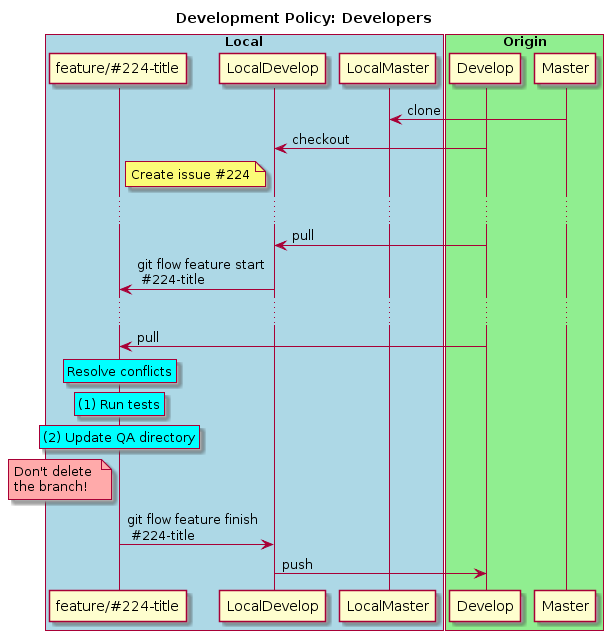
Above: images/develpolicy-dev.png in isa-group/aml (PlantUML), before the change. Source of this version:
```plantuml
@startuml
title Development Policy: Developers

box "Local" #LightBlue
    participant "feature/#224-title"
    participant "LocalDevelop"
    participant "LocalMaster"
end box

box "Origin" #LightGreen
    participant "Develop"
    participant "Master"
end box

Master -> LocalMaster: clone
Develop -> LocalDevelop: checkout

note left of LocalDevelop: Create issue #224
...
Develop -> LocalDevelop: pull

LocalDevelop -> "feature/#224-title": git flow feature start\n #224-title
...

Develop -> "feature/#224-title": pull

rnote over "feature/#224-title" #aqua
    Resolve conflicts
end rnote

rnote over "feature/#224-title" #aqua: (1) Run tests
rnote over "feature/#224-title" #aqua: (2) Update QA directory

note left of "feature/#224-title" #FFAAAA
    Don't delete
    the branch!
end note

"feature/#224-title" -> LocalDevelop: git flow feature finish\n #224-title

LocalDevelop -> Develop: push
@enduml
```
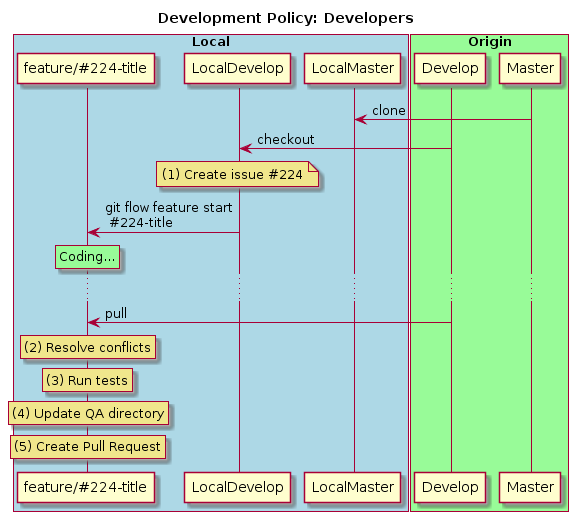
Above is the later version.

What changed in the source:
```diff
@@ -7,7 +7,7 @@
     participant "LocalMaster"
 end box
 
-box "Origin" #LightGreen
+box "Origin" #98FB98
     participant "Develop"
     participant "Master"
 end box
@@ -15,28 +15,16 @@
 Master -> LocalMaster: clone
 Develop -> LocalDevelop: checkout
 
-note left of LocalDevelop: Create issue #224
-...
-Develop -> LocalDevelop: pull
+note over LocalDevelop #F0E68C: (1) Create issue #224
 
 LocalDevelop -> "feature/#224-title": git flow feature start\n #224-title
+rnote over "feature/#224-title" #98FB98: Coding...
 ...
 
 Develop -> "feature/#224-title": pull
 
-rnote over "feature/#224-title" #aqua
-    Resolve conflicts
-end rnote
-
-rnote over "feature/#224-title" #aqua: (1) Run tests
-rnote over "feature/#224-title" #aqua: (2) Update QA directory
-
-note left of "feature/#224-title" #FFAAAA
-    Don't delete
-    the branch!
-end note
-
-"feature/#224-title" -> LocalDevelop: git flow feature finish\n #224-title
-
-LocalDevelop -> Develop: push
+rnote over "feature/#224-title" #F0E68C: (2) Resolve conflicts
+rnote over "feature/#224-title" #F0E68C: (3) Run tests
+rnote over "feature/#224-title" #F0E68C: (4) Update QA directory
+rnote over "feature/#224-title" #F0E68C: (5) Create Pull Request
 @enduml
```
